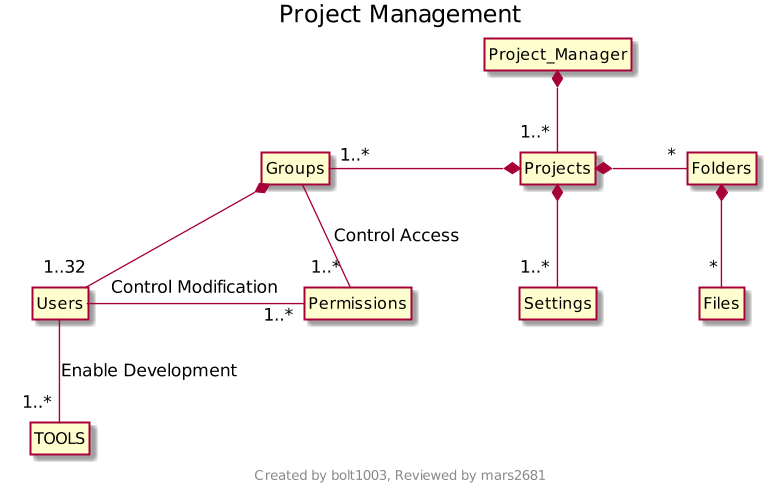
This is Deliverables/Master Requirements Specification/diagrams/class-projectmanagement.png from uidaho/cs383, a PlantUML export, as it was before one commit.
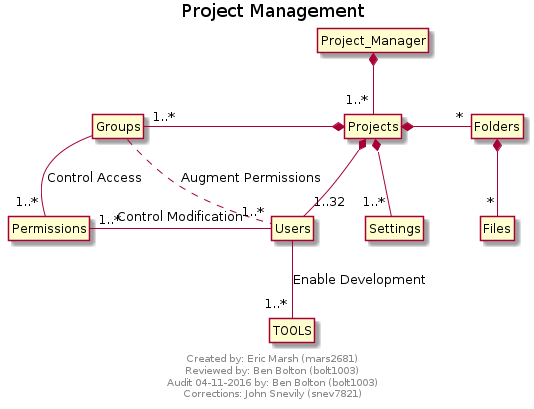
After the commit.

The edit, as a diff of the source:
```diff
@@ -1,15 +1,18 @@
 @startuml
+scale max 700 width
 
 hide circle
 hide empty methods
 hide empty fields
 
 footer
-Created by bolt1003, Reviewed by mars2681
+Created by: Eric Marsh (mars2681)
+Reviewed by: Ben Bolton (bolt1003)
+Audit 04-11-2016 by: Ben Bolton (bolt1003)
+Corrections: John Snevily (snev7821)
 endfooter
 
 title Project Management
-scale 800 width
 
 class Project_Manager{
 }
@@ -44,10 +47,11 @@
 Projects *--left"1..*" Groups
 Projects *--right"*" Folders
 Projects *--"1..*" Settings
+Projects *--"1..32" Users
 Folders *--"*" Files
 Users --"1..*" TOOLS : "Enable Development"
-Users -right-"1..*" Permissions : "Control Modification"
-Groups *--"1..32" Users
+Users -left-"1..*" Permissions : "Control Modification"
+Groups .."1..*" Users : "Augment Permissions"
 Groups --"1..*" Permissions : "Control Access"
 
 
```
